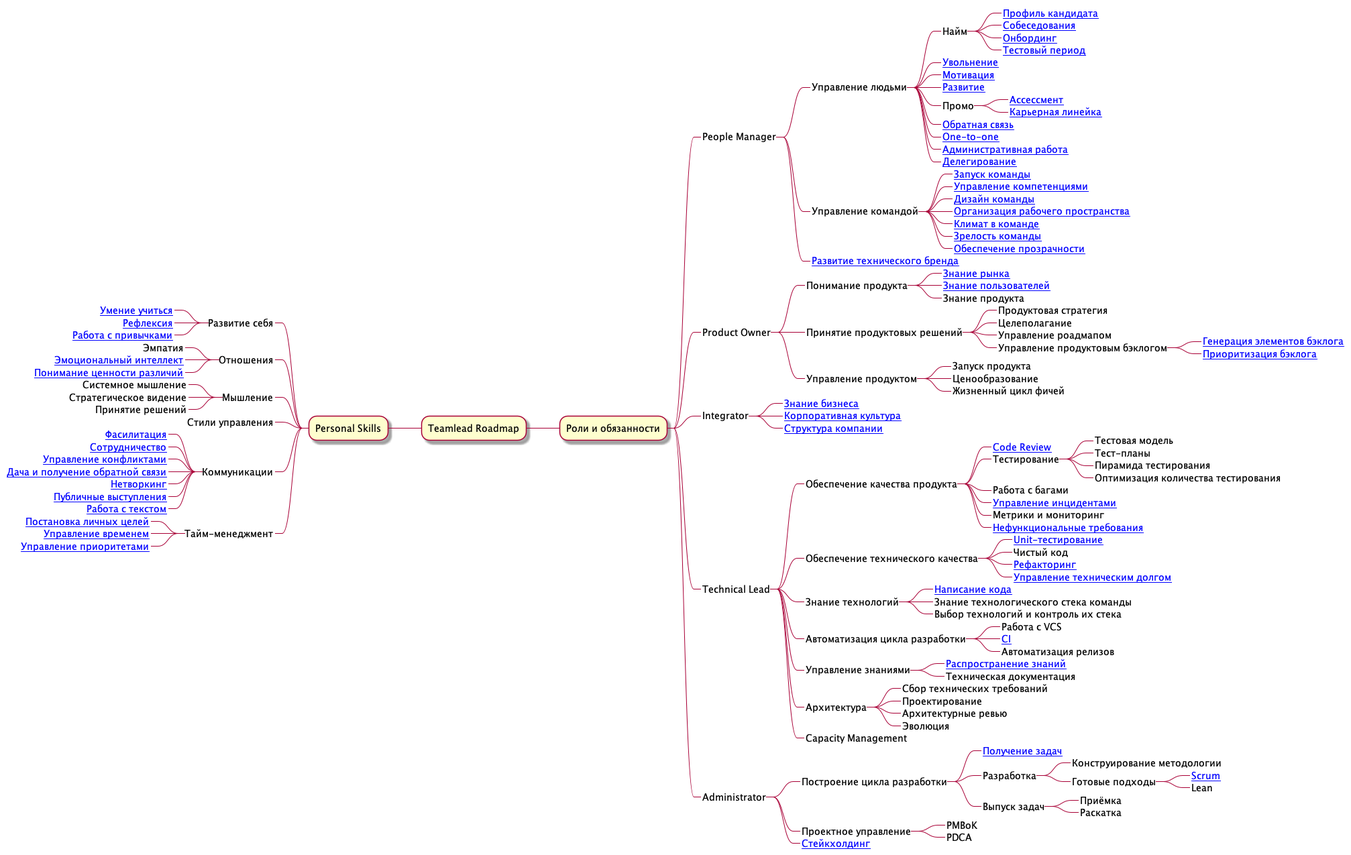
Earlier version of the PlantUML export roadmap.png (tlbootcamp/tlroadmap).
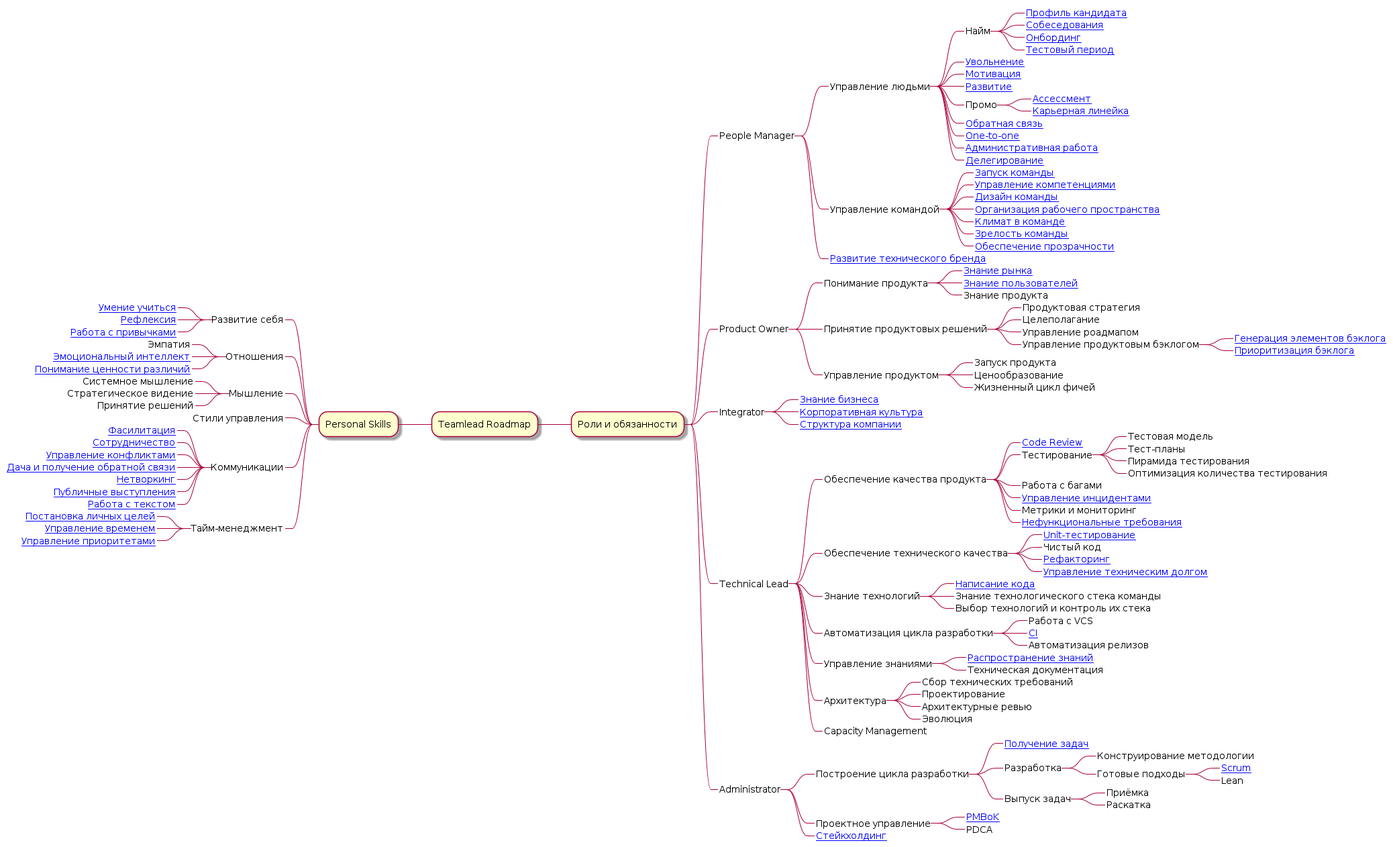
After the commit.

What changed in the source:
```diff
@@ -93,7 +93,7 @@
 ******_ Приёмка
 ******_ Раскатка
 ****_ Проектное управление
-*****_ PMBoK
+*****_ [[https://github.com/tlbootcamp/tlroadmap/blob/master/skills/administrator/pmbok.md PMBoK]]
 *****_ PDCA
 ****_ [[https://github.com/tlbootcamp/tlroadmap/blob/master/skills/administrator/stakeholding.md Стейкхолдинг]]
 
```
